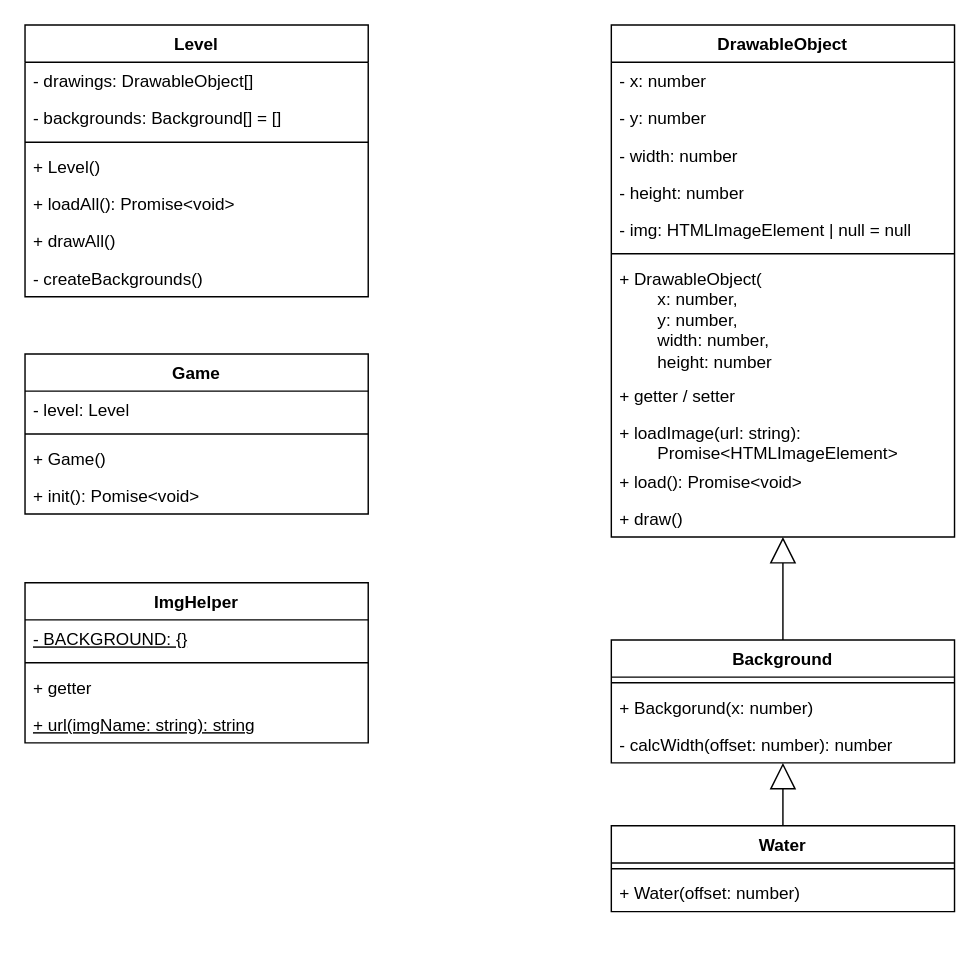
Before: docs/issue/5-diagram.drawio in elma1989/sharkie, a draw.io diagram. Source tidied: cells renumbered, new cells numbered last; positions are measured from the earlier drawing's top-left corner, leaving out a move shared by most shapes. Both pictures are drawn from the tidied source at 143%, with x=0, y=0 at pixel (24, 24).
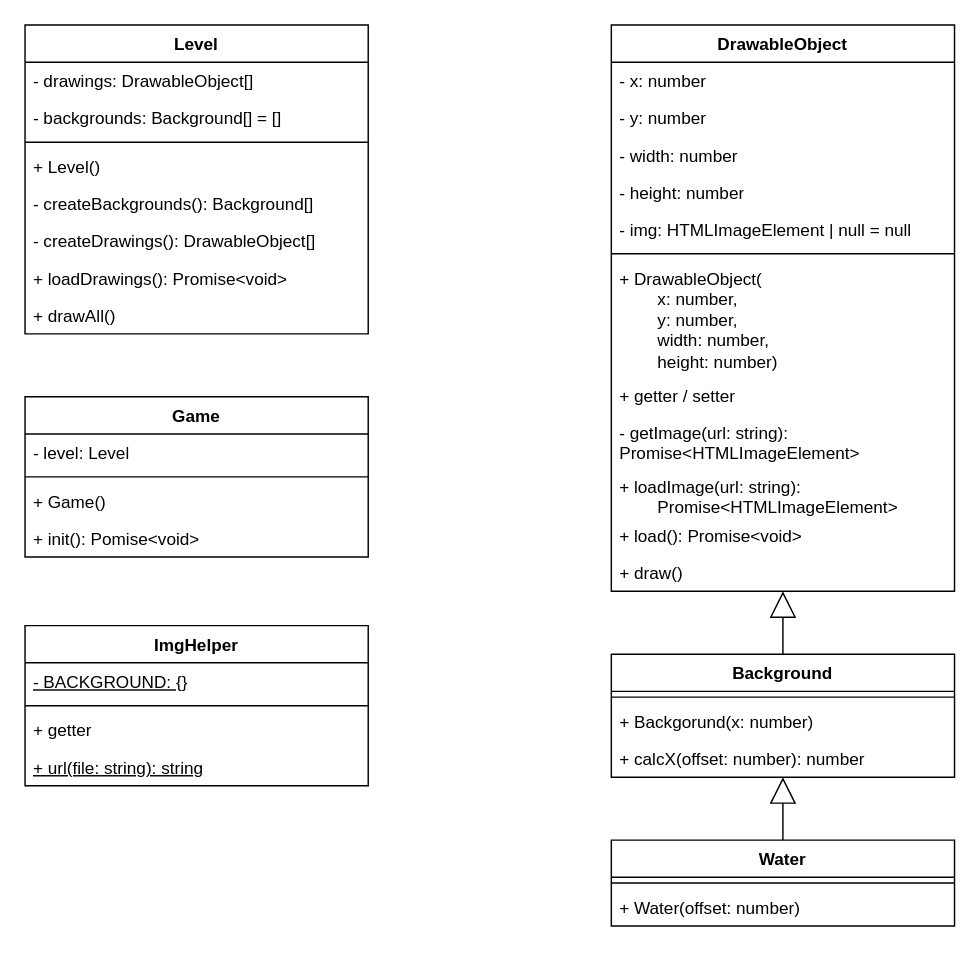
Above is the later version.

Change to the diagram source:
```diff
@@
     <mxCell id="2" value="DrawableObject" style="swimlane;fontStyle=1;align=center;verticalAlign=top;horizontal=1;startSize=26;whiteSpace=wrap;html=1;" parent="1" vertex="1">
-      <mxGeometry x="410" width="240" height="358" as="geometry" />
+      <mxGeometry x="410" width="240" height="396" as="geometry" />
     </mxCell>
@@
-    <mxCell id="9" value="+ DrawableObject(&lt;div&gt;&lt;span style=&quot;white-space: pre;&quot;&gt;&#9;&lt;/span&gt;x: number,&lt;br&gt;&lt;/div&gt;&lt;div&gt;&lt;span style=&quot;white-space: pre;&quot;&gt;&#9;&lt;/span&gt;y: number,&lt;br&gt;&lt;/div&gt;&lt;div&gt;&lt;span style=&quot;white-space: pre;&quot;&gt;&#9;&lt;/span&gt;width: number,&lt;br&gt;&lt;/div&gt;&lt;div&gt;&lt;span style=&quot;white-space: pre;&quot;&gt;&#9;&lt;/span&gt;height: number&lt;br&gt;&lt;/div&gt;" style="text;strokeColor=none;fillColor=none;align=left;verticalAlign=top;spacingLeft=4;spacingRight=4;overflow=hidden;whiteSpace=wrap;html=1;" parent="2" vertex="1">
+    <mxCell id="9" value="+ DrawableObject(&lt;div&gt;&lt;span style=&quot;white-space: pre;&quot;&gt;&#9;&lt;/span&gt;x: number,&lt;br&gt;&lt;/div&gt;&lt;div&gt;&lt;span style=&quot;white-space: pre;&quot;&gt;&#9;&lt;/span&gt;y: number,&lt;br&gt;&lt;/div&gt;&lt;div&gt;&lt;span style=&quot;white-space: pre;&quot;&gt;&#9;&lt;/span&gt;width: number,&lt;br&gt;&lt;/div&gt;&lt;div&gt;&lt;span style=&quot;white-space: pre;&quot;&gt;&#9;&lt;/span&gt;height: number)&lt;br&gt;&lt;/div&gt;" style="text;strokeColor=none;fillColor=none;align=left;verticalAlign=top;spacingLeft=4;spacingRight=4;overflow=hidden;whiteSpace=wrap;html=1;" parent="2" vertex="1">
       <mxGeometry y="164" width="240" height="82" as="geometry" />
     </mxCell>
@@
+    <mxCell id="41" value="- getImage(url: string):&amp;nbsp;&lt;div&gt;Promise&amp;lt;HTMLImageElement&amp;gt;&lt;/div&gt;" style="text;strokeColor=none;fillColor=none;align=left;verticalAlign=top;spacingLeft=4;spacingRight=4;overflow=hidden;whiteSpace=wrap;html=1;" parent="2" vertex="1">
+      <mxGeometry y="272" width="240" height="38" as="geometry" />
+    </mxCell>
     <mxCell id="11" value="+ loadImage(url: string): &lt;span style=&quot;white-space: pre;&quot;&gt;&#9;&lt;/span&gt;Promise&amp;lt;HTMLImageElement&amp;gt;" style="text;strokeColor=none;fillColor=none;align=left;verticalAlign=top;spacingLeft=4;spacingRight=4;overflow=hidden;whiteSpace=wrap;html=1;" parent="2" vertex="1">
-      <mxGeometry y="272" width="240" height="34" as="geometry" />
+      <mxGeometry y="310" width="240" height="34" as="geometry" />
     </mxCell>
     <mxCell id="12" value="+ load(): Promise&amp;lt;void&amp;gt;" style="text;strokeColor=none;fillColor=none;align=left;verticalAlign=top;spacingLeft=4;spacingRight=4;overflow=hidden;whiteSpace=wrap;html=1;" parent="2" vertex="1">
-      <mxGeometry y="306" width="240" height="26" as="geometry" />
+      <mxGeometry y="344" width="240" height="26" as="geometry" />
     </mxCell>
     <mxCell id="13" value="+ draw()" style="text;strokeColor=none;fillColor=none;align=left;verticalAlign=top;spacingLeft=4;spacingRight=4;overflow=hidden;whiteSpace=wrap;html=1;flipH=1;legacyAnchorPoints=0;" parent="2" vertex="1">
-      <mxGeometry y="332" width="240" height="26" as="geometry" />
+      <mxGeometry y="370" width="240" height="26" as="geometry" />
     </mxCell>
     <mxCell id="14" value="Background" style="swimlane;fontStyle=1;align=center;verticalAlign=top;horizontal=1;startSize=26;whiteSpace=wrap;html=1;" parent="1" vertex="1">
-      <mxGeometry x="410" y="430" width="240" height="86" as="geometry" />
+      <mxGeometry x="410" y="440" width="240" height="86" as="geometry" />
     </mxCell>
@@
-    <mxCell id="17" value="- calcWidth(offset: number): number" style="text;strokeColor=none;fillColor=none;align=left;verticalAlign=top;spacingLeft=4;spacingRight=4;overflow=hidden;whiteSpace=wrap;html=1;" parent="14" vertex="1">
+    <mxCell id="17" value="+ calcX(offset: number): number" style="text;strokeColor=none;fillColor=none;align=left;verticalAlign=top;spacingLeft=4;spacingRight=4;overflow=hidden;whiteSpace=wrap;html=1;" parent="14" vertex="1">
       <mxGeometry y="60" width="240" height="26" as="geometry" />
     </mxCell>
@@
     <mxCell id="19" value="Water" style="swimlane;fontStyle=1;align=center;verticalAlign=top;horizontal=1;startSize=26;whiteSpace=wrap;html=1;" parent="1" vertex="1">
-      <mxGeometry x="410" y="560" width="240" height="60" as="geometry" />
+      <mxGeometry x="410" y="570" width="240" height="60" as="geometry" />
     </mxCell>
@@
     <mxCell id="23" value="Level" style="swimlane;fontStyle=1;align=center;verticalAlign=top;horizontal=1;startSize=26;whiteSpace=wrap;html=1;" parent="1" vertex="1">
-      <mxGeometry width="240" height="190" as="geometry" />
+      <mxGeometry width="240" height="216" as="geometry" />
     </mxCell>
@@
+    <mxCell id="30" value="- createBackgrounds(): Background[]" style="text;strokeColor=none;fillColor=none;align=left;verticalAlign=top;spacingLeft=4;spacingRight=4;overflow=hidden;whiteSpace=wrap;html=1;" parent="23" vertex="1">
+      <mxGeometry y="112" width="240" height="26" as="geometry" />
+    </mxCell>
+    <mxCell id="42" value="- createDrawings(): DrawableObject[]" style="text;strokeColor=none;fillColor=none;align=left;verticalAlign=top;spacingLeft=4;spacingRight=4;overflow=hidden;whiteSpace=wrap;html=1;" parent="23" vertex="1">
+      <mxGeometry y="138" width="240" height="26" as="geometry" />
+    </mxCell>
-    <mxCell id="28" value="+ loadAll(): Promise&amp;lt;void&amp;gt;" style="text;strokeColor=none;fillColor=none;align=left;verticalAlign=top;spacingLeft=4;spacingRight=4;overflow=hidden;whiteSpace=wrap;html=1;" parent="23" vertex="1">
-      <mxGeometry y="112" width="240" height="26" as="geometry" />
+    <mxCell id="28" value="+ loadDrawings(): Promise&amp;lt;void&amp;gt;" style="text;strokeColor=none;fillColor=none;align=left;verticalAlign=top;spacingLeft=4;spacingRight=4;overflow=hidden;whiteSpace=wrap;html=1;" parent="23" vertex="1">
+      <mxGeometry y="164" width="240" height="26" as="geometry" />
     </mxCell>
     <mxCell id="29" value="+ drawAll()" style="text;strokeColor=none;fillColor=none;align=left;verticalAlign=top;spacingLeft=4;spacingRight=4;overflow=hidden;whiteSpace=wrap;html=1;" parent="23" vertex="1">
-      <mxGeometry y="138" width="240" height="26" as="geometry" />
+      <mxGeometry y="190" width="240" height="26" as="geometry" />
     </mxCell>
-    <mxCell id="30" value="- createBackgrounds()" style="text;strokeColor=none;fillColor=none;align=left;verticalAlign=top;spacingLeft=4;spacingRight=4;overflow=hidden;whiteSpace=wrap;html=1;" parent="23" vertex="1">
-      <mxGeometry y="164" width="240" height="26" as="geometry" />
-    </mxCell>
     <mxCell id="31" value="Game" style="swimlane;fontStyle=1;align=center;verticalAlign=top;horizontal=1;startSize=26;whiteSpace=wrap;html=1;" parent="1" vertex="1">
-      <mxGeometry y="230" width="240" height="112" as="geometry" />
+      <mxGeometry y="260" width="240" height="112" as="geometry" />
     </mxCell>
@@
     <mxCell id="36" value="ImgHelper" style="swimlane;fontStyle=1;align=center;verticalAlign=top;horizontal=1;startSize=26;whiteSpace=wrap;html=1;" parent="1" vertex="1">
-      <mxGeometry y="390" width="240" height="112" as="geometry" />
+      <mxGeometry y="420" width="240" height="112" as="geometry" />
     </mxCell>
@@
-    <mxCell id="40" value="+ url(imgName: string): string" style="text;strokeColor=none;fillColor=none;align=left;verticalAlign=top;spacingLeft=4;spacingRight=4;overflow=hidden;whiteSpace=wrap;html=1;fontStyle=4;" parent="36" vertex="1">
+    <mxCell id="40" value="+ url(file: string): string" style="text;strokeColor=none;fillColor=none;align=left;verticalAlign=top;spacingLeft=4;spacingRight=4;overflow=hidden;whiteSpace=wrap;html=1;fontStyle=4;" parent="36" vertex="1">
       <mxGeometry y="86" width="240" height="26" as="geometry" />
     </mxCell>
```
